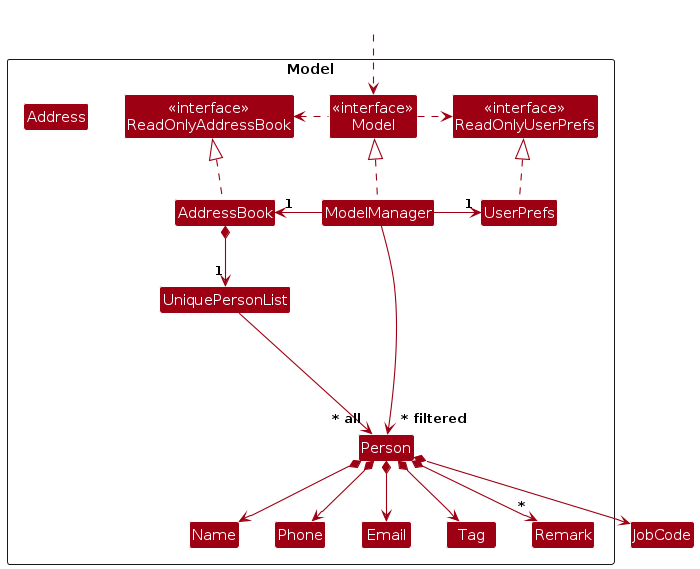
Before: diagrams/ModelClassDiagram.png, a diagram exported from PlantUML (hansneddyanto/tp). Its source is kept beside it as diagrams/ModelClassDiagram.puml. Source of this version:
```plantuml
@startuml
!include style.puml
skinparam arrowThickness 1.1
skinparam arrowColor MODEL_COLOR
skinparam classBackgroundColor MODEL_COLOR

Package Model as ModelPackage <<Rectangle>>{
Class "<<interface>>\nReadOnlyAddressBook" as ReadOnlyAddressBook
Class "<<interface>>\nReadOnlyUserPrefs" as ReadOnlyUserPrefs
Class "<<interface>>\nModel" as Model
Class AddressBook
Class ModelManager
Class UserPrefs

Class UniquePersonList
Class Person
Class Address
Class Email
Class Name
Class Phone
Class Tag
Class Remark

Class I #FFFFFF
}

Class HiddenOutside #FFFFFF
HiddenOutside ..> Model

AddressBook .up.|> ReadOnlyAddressBook

ModelManager .up.|> Model
Model .right.> ReadOnlyUserPrefs
Model .left.> ReadOnlyAddressBook
ModelManager -left-> "1" AddressBook
ModelManager -right-> "1" UserPrefs
UserPrefs .up.|> ReadOnlyUserPrefs

AddressBook *--> "1" UniquePersonList
UniquePersonList --> "~* all" Person
Person *--> Name
Person *--> Phone
Person *--> Email
Person *--> JobCode
Person *--> Tag
Person *--> "*" Remark

Person -[hidden]up--> I
UniquePersonList -[hidden]right-> I

Name -[hidden]right-> Phone
Phone -[hidden]right-> JobCode
JobCode -[hidden]right-> Email


ModelManager --> "~* filtered" Person
@enduml
```
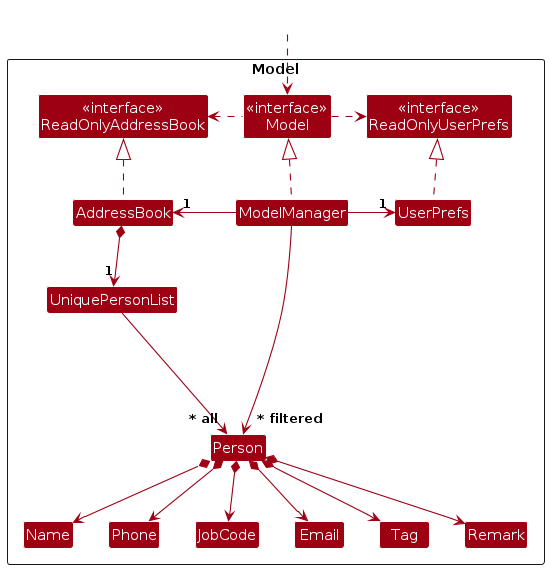
The same diagram one commit later.

The edit, as a diff of the source:
```diff
@@ -14,7 +14,7 @@
 
 Class UniquePersonList
 Class Person
-Class Address
+Class JobCode
 Class Email
 Class Name
 Class Phone
@@ -43,7 +43,7 @@
 Person *--> Email
 Person *--> JobCode
 Person *--> Tag
-Person *--> "*" Remark
+Person *--> Remark
 
 Person -[hidden]up--> I
 UniquePersonList -[hidden]right-> I
```
